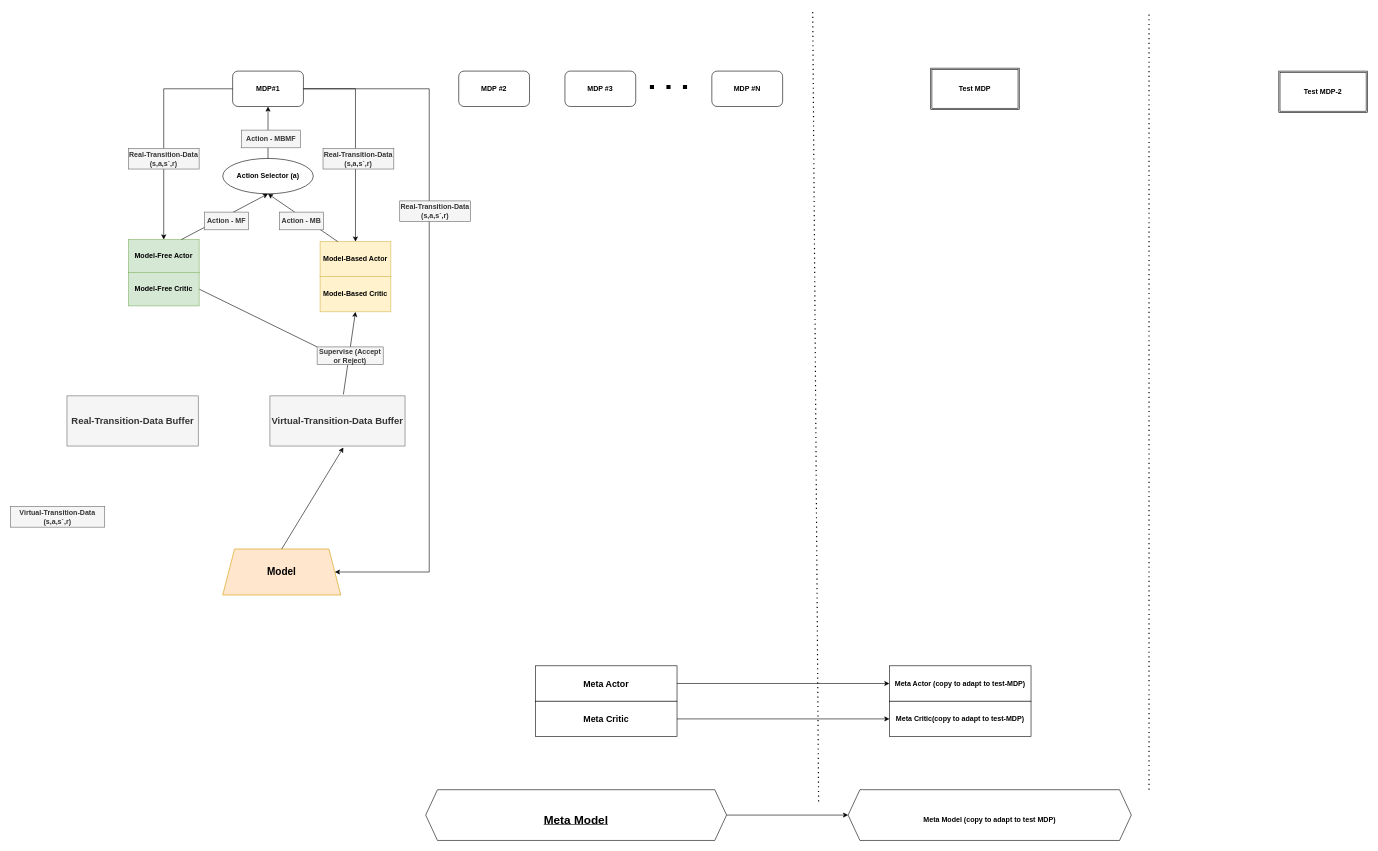
Above: Hybrid_MBMF_MetaRL.drawio in jgwak1/research_problem_frameworks (draw.io), before the change. Source tidied: cells renumbered, new cells numbered last; positions are measured from the earlier drawing's top-left corner, leaving out a move shared by most shapes. Both pictures are drawn from the tidied source at 59%, with x=0, y=0 at pixel (10, 11).
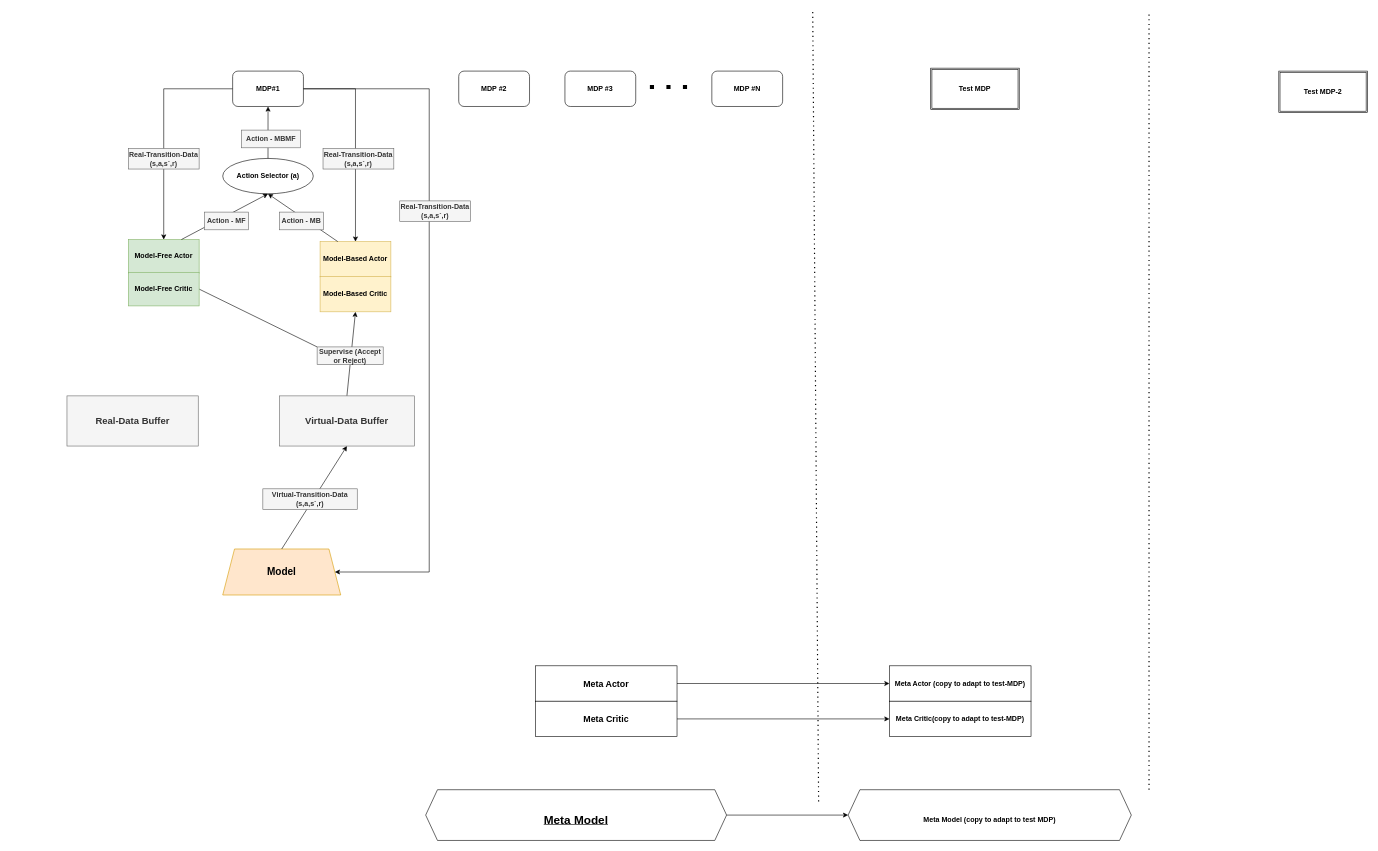
The same page after the edit.

Unchanged cells that the change refers to:
```xml
<mxCell id="9" value="&lt;b&gt;&lt;font style=&quot;font-size: 17px&quot;&gt;Model&lt;/font&gt;&lt;/b&gt;" style="shape=trapezoid;perimeter=trapezoidPerimeter;whiteSpace=wrap;html=1;fixedSize=1;fillColor=#ffe6cc;strokeColor=#d79b00;" parent="1" vertex="1">
  <mxGeometry x="360" y="912" width="200" height="78" as="geometry" />
</mxCell>
<mxCell id="34" value="&lt;b&gt;Model-Based Critic&lt;br&gt;&lt;/b&gt;" style="rounded=0;whiteSpace=wrap;html=1;fillColor=#fff2cc;strokeColor=#d6b656;" parent="1" vertex="1">
  <mxGeometry x="525" y="450" width="120" height="60" as="geometry" />
</mxCell>
```

Diff of the diagram source:
```diff
@@
-    <mxCell id="2" style="endArrow=classic;html=1;rounded=0;exitX=0.5;exitY=0;exitDx=0;exitDy=0;entryX=0.5;entryY=1;entryDx=0;entryDy=0;" parent="1" edge="1" target="34">
-      <mxGeometry relative="1" as="geometry">
-        <mxPoint x="564.5" y="650" as="sourcePoint" />
-      </mxGeometry>
+    <mxCell id="2" style="endArrow=classic;html=1;rounded=0;exitX=0.5;exitY=0;exitDx=0;exitDy=0;entryX=0.5;entryY=1;entryDx=0;entryDy=0;" parent="1" edge="1" source="40" target="34">
+      <mxGeometry relative="1" as="geometry" />
     </mxCell>
@@
-    <mxCell id="32" style="endArrow=classic;html=1;rounded=0;exitX=0.5;exitY=0;exitDx=0;exitDy=0;entryX=0.5;entryY=1;entryDx=0;entryDy=0;startArrow=none;" parent="1" edge="1" source="9">
-      <mxGeometry relative="1" as="geometry">
-        <mxPoint x="564.5" y="740" as="targetPoint" />
-      </mxGeometry>
+    <mxCell id="32" style="endArrow=classic;html=1;rounded=0;exitX=0.5;exitY=0;exitDx=0;exitDy=0;startArrow=none;entryX=0.5;entryY=1;entryDx=0;entryDy=0;" parent="1" edge="1" source="9" target="40">
+      <mxGeometry relative="1" as="geometry" />
     </mxCell>
-    <mxCell id="33" value="&lt;b&gt;&lt;font style=&quot;font-size: 16px&quot;&gt;Real-Transition-Data Buffer&lt;/font&gt;&lt;/b&gt;" style="text;html=1;strokeColor=#666666;fillColor=#f5f5f5;align=center;verticalAlign=middle;whiteSpace=wrap;rounded=0;fontColor=#333333;" parent="1" vertex="1">
+    <mxCell id="33" value="&lt;b&gt;&lt;font style=&quot;font-size: 16px&quot;&gt;Real-Data Buffer&lt;/font&gt;&lt;/b&gt;" style="text;html=1;strokeColor=#666666;fillColor=#f5f5f5;align=center;verticalAlign=middle;whiteSpace=wrap;rounded=0;fontColor=#333333;" parent="1" vertex="1">
       <mxGeometry x="96" y="652.5" width="222.5" height="85" as="geometry" />
     </mxCell>
@@
-    <mxCell id="40" value="&lt;b&gt;&lt;font style=&quot;font-size: 16px&quot;&gt;Virtual-Transition-Data Buffer&lt;/font&gt;&lt;/b&gt;" style="text;html=1;strokeColor=#666666;fillColor=#f5f5f5;align=center;verticalAlign=middle;whiteSpace=wrap;rounded=0;fontColor=#333333;" parent="1" vertex="1">
-      <mxGeometry x="440" y="652.5" width="229" height="85" as="geometry" />
+    <mxCell id="40" value="&lt;b&gt;&lt;font style=&quot;font-size: 16px&quot;&gt;Virtual-Data Buffer&lt;/font&gt;&lt;/b&gt;" style="text;html=1;strokeColor=#666666;fillColor=#f5f5f5;align=center;verticalAlign=middle;whiteSpace=wrap;rounded=0;fontColor=#333333;" parent="1" vertex="1">
+      <mxGeometry x="456" y="652.5" width="229" height="85" as="geometry" />
     </mxCell>
     <mxCell id="41" value="&lt;b&gt;Virtual-Transition-Data (s,a,s`,r)&lt;/b&gt;" style="text;html=1;strokeColor=#666666;fillColor=#f5f5f5;align=center;verticalAlign=middle;whiteSpace=wrap;rounded=0;fontColor=#333333;" parent="1" vertex="1">
-      <mxGeometry y="840" width="160" height="35" as="geometry" />
+      <mxGeometry x="428" y="810" width="160" height="35" as="geometry" />
     </mxCell>
```
